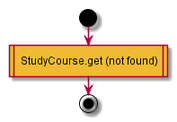
MaxXx1313/testwiki keeps this PlantUML diagram as test2/diagrams/StudyCourses.GET.get.png. Above is the earlier version. Its diagram source:
```plantuml
@startuml
start
#eebb33: StudyCourse.get (not found)|
end;
@enduml
```
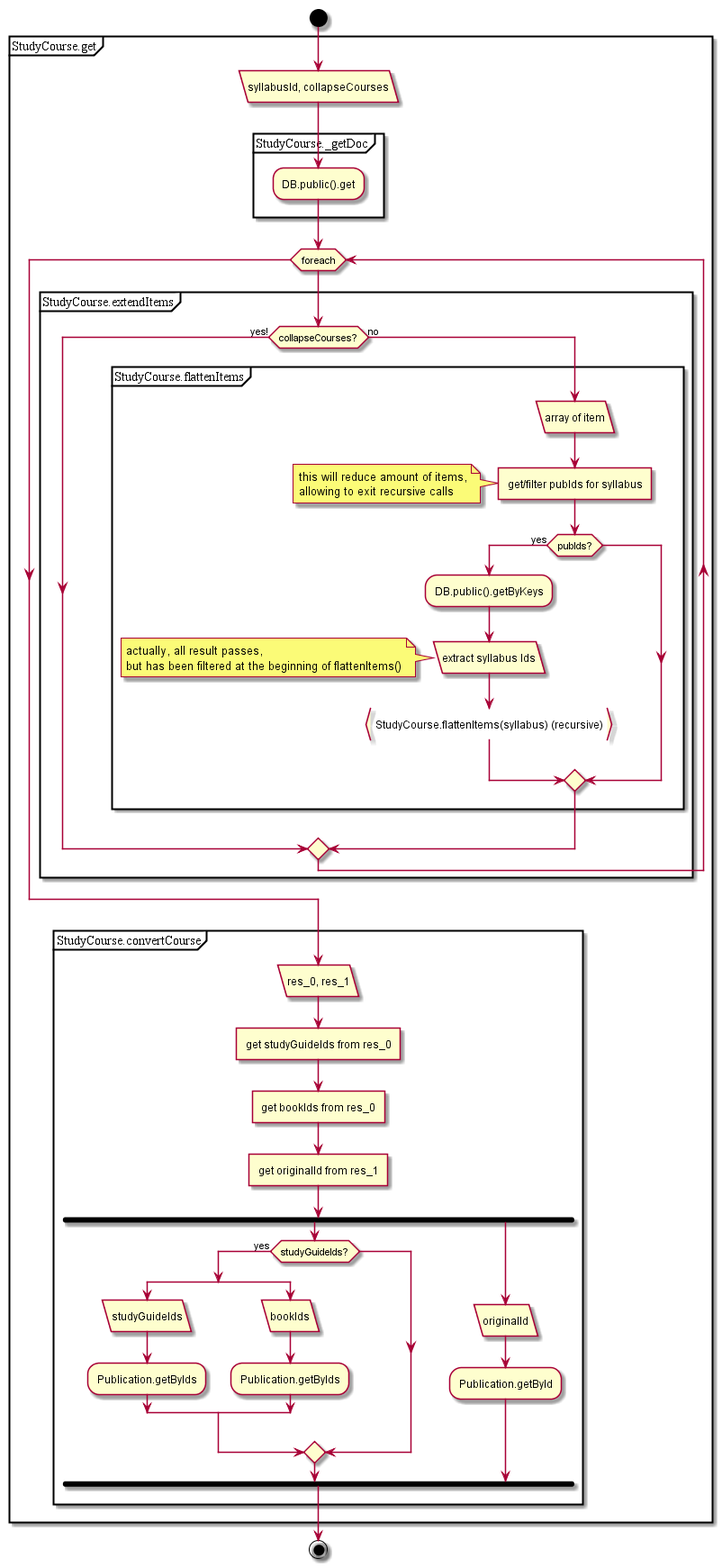
The same file after the commit.

Change to the diagram source:
```diff
@@ -1,5 +1,48 @@
 @startuml
 start
-#eebb33: StudyCourse.get (not found)|
+partition StudyCourse.get {
+:syllabusId, collapseCourses/
+partition StudyCourse._getDoc {
+:DB.public().get;
+}
+while (foreach)
+partition StudyCourse.extendItems {
+if(collapseCourses?) then (yes!)
+else (no)
+partition StudyCourse.flattenItems {
+:array of item/
+:get/filter pubIds for syllabus]
+note left: this will reduce amount of items,\nallowing to exit recursive calls
+if(pubIds?) then (yes)
+:DB.public().getByKeys;
+:extract syllabus Ids/
+note left: actually, all result passes,\nbut has been filtered at the beginning of flattenItems()
+:StudyCourse.flattenItems(syllabus) (recursive)}
+endif;
+}
+endif;
+}
+end while;
+partition StudyCourse.convertCourse {
+:res_0, res_1/
+:get studyGuideIds from res_0]
+:get bookIds from res_0]
+:get originalId from res_1]
+fork
+if (studyGuideIds?) then (yes)
+split
+:studyGuideIds/
+:Publication.getByIds;
+split again
+:bookIds/
+:Publication.getByIds;
+end split;
+endif;
+fork again
+:originalId/
+:Publication.getById;
+end fork;
+}
+}
 end;
 @enduml
```
